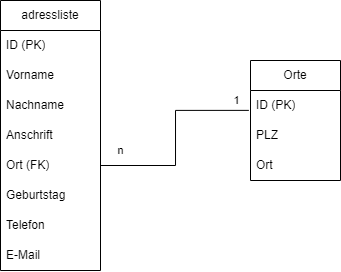
Earlier version of the draw.io export datenbanken/er-modell.png (itsnice2/ap2-uebungen). Source tidied: cells renumbered, new cells last; positions are measured from the earlier drawing's top-left corner, leaving out a move shared by most shapes. Source of this version:
```xml
<mxGraphModel>
  <root>
    <mxCell id="0" />
    <mxCell id="1" parent="0" />
    <mxCell id="2" value="adressliste" style="swimlane;fontStyle=0;horizontal=1;startSize=30;whiteSpace=wrap;html=1;" parent="1" vertex="1">
      <mxGeometry width="100" height="270" as="geometry" />
    </mxCell>
    <mxCell id="3" value="ID (PK)" style="text;strokeColor=none;fillColor=none;align=left;verticalAlign=middle;spacingLeft=4;spacingRight=4;overflow=hidden;points=[[0,0.5],[1,0.5]];portConstraint=eastwest;whiteSpace=wrap;html=1;" parent="2" vertex="1">
      <mxGeometry y="30" width="100" height="30" as="geometry" />
    </mxCell>
    <mxCell id="4" value="Vorname" style="text;strokeColor=none;fillColor=none;align=left;verticalAlign=middle;spacingLeft=4;spacingRight=4;overflow=hidden;points=[[0,0.5],[1,0.5]];portConstraint=eastwest;whiteSpace=wrap;html=1;" parent="2" vertex="1">
      <mxGeometry y="60" width="100" height="30" as="geometry" />
    </mxCell>
    <mxCell id="5" value="Nachname" style="text;strokeColor=none;fillColor=none;align=left;verticalAlign=middle;spacingLeft=4;spacingRight=4;overflow=hidden;whiteSpace=wrap;html=1;" parent="2" vertex="1">
      <mxGeometry y="90" width="100" height="30" as="geometry" />
    </mxCell>
    <mxCell id="6" value="Anschrift" style="text;strokeColor=none;fillColor=none;align=left;verticalAlign=middle;spacingLeft=4;spacingRight=4;overflow=hidden;points=[[0,0.5],[1,0.5]];portConstraint=eastwest;whiteSpace=wrap;html=1;" parent="2" vertex="1">
      <mxGeometry y="120" width="100" height="30" as="geometry" />
    </mxCell>
    <mxCell id="7" value="Ort (FK)" style="text;strokeColor=none;fillColor=none;align=left;verticalAlign=middle;spacingLeft=4;spacingRight=4;overflow=hidden;points=[[0,0.5],[1,0.5]];portConstraint=eastwest;whiteSpace=wrap;html=1;" parent="2" vertex="1">
      <mxGeometry y="150" width="100" height="30" as="geometry" />
    </mxCell>
    <mxCell id="8" value="Geburtstag" style="text;strokeColor=none;fillColor=none;align=left;verticalAlign=middle;spacingLeft=4;spacingRight=4;overflow=hidden;points=[[0,0.5],[1,0.5]];portConstraint=eastwest;whiteSpace=wrap;html=1;" parent="2" vertex="1">
      <mxGeometry y="180" width="100" height="30" as="geometry" />
    </mxCell>
    <mxCell id="9" value="Telefon" style="text;strokeColor=none;fillColor=none;align=left;verticalAlign=middle;spacingLeft=4;spacingRight=4;overflow=hidden;points=[[0,0.5],[1,0.5]];portConstraint=eastwest;whiteSpace=wrap;html=1;" parent="2" vertex="1">
      <mxGeometry y="210" width="100" height="30" as="geometry" />
    </mxCell>
    <mxCell id="10" value="E-Mail" style="text;strokeColor=none;fillColor=none;align=left;verticalAlign=middle;spacingLeft=4;spacingRight=4;overflow=hidden;whiteSpace=wrap;html=1;" parent="2" vertex="1">
      <mxGeometry y="240" width="100" height="30" as="geometry" />
    </mxCell>
    <mxCell id="11" value="Orte" style="swimlane;fontStyle=0;horizontal=1;startSize=30;whiteSpace=wrap;html=1;" parent="1" vertex="1">
      <mxGeometry x="250" y="60" width="90" height="120" as="geometry" />
    </mxCell>
    <mxCell id="12" value="ID (PK)" style="text;strokeColor=none;fillColor=none;align=left;verticalAlign=middle;spacingLeft=4;spacingRight=4;overflow=hidden;points=[[0,0.5],[1,0.5]];portConstraint=eastwest;whiteSpace=wrap;html=1;" parent="11" vertex="1">
      <mxGeometry y="30" width="90" height="30" as="geometry" />
    </mxCell>
    <mxCell id="13" value="PLZ" style="text;strokeColor=none;fillColor=none;align=left;verticalAlign=middle;spacingLeft=4;spacingRight=4;overflow=hidden;points=[[0,0.5],[1,0.5]];portConstraint=eastwest;whiteSpace=wrap;html=1;" parent="11" vertex="1">
      <mxGeometry y="60" width="90" height="30" as="geometry" />
    </mxCell>
    <mxCell id="14" value="Ort" style="text;strokeColor=none;fillColor=none;align=left;verticalAlign=middle;spacingLeft=4;spacingRight=4;overflow=hidden;points=[[0,0.5],[1,0.5]];portConstraint=eastwest;whiteSpace=wrap;html=1;" parent="11" vertex="1">
      <mxGeometry y="90" width="90" height="30" as="geometry" />
    </mxCell>
    <mxCell id="15" style="edgeStyle=orthogonalEdgeStyle;rounded=0;jettySize=auto;html=1;entryX=-0.018;entryY=0.663;entryDx=0;entryDy=0;entryPerimeter=0;endArrow=none;endFill=0;" parent="1" edge="1" source="7" target="12">
      <mxGeometry relative="1" as="geometry" />
    </mxCell>
    <mxCell id="16" value="n" style="edgeLabel;html=1;align=center;verticalAlign=middle;" parent="15" vertex="1">
      <mxGeometry x="-0.8" y="2" relative="1" as="geometry">
        <mxPoint y="-13" as="offset" />
      </mxGeometry>
    </mxCell>
    <mxCell id="17" value="1" style="edgeLabel;html=1;align=center;verticalAlign=middle;" parent="15" vertex="1">
      <mxGeometry x="0.87" relative="1" as="geometry">
        <mxPoint y="-10" as="offset" />
      </mxGeometry>
    </mxCell>
  </root>
</mxGraphModel>
```
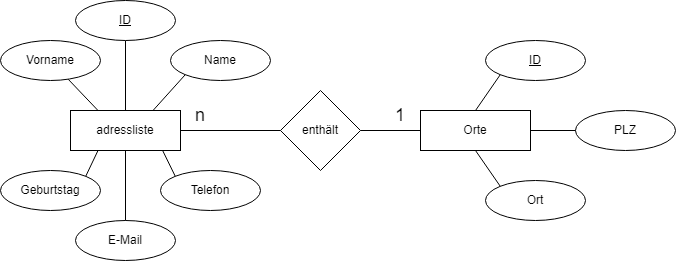
After the change.

Change to the diagram source:
```diff
@@ -2,57 +2,80 @@
   <root>
     <mxCell id="0" />
     <mxCell id="1" parent="0" />
-    <mxCell id="2" value="adressliste" style="swimlane;fontStyle=0;horizontal=1;startSize=30;whiteSpace=wrap;html=1;" parent="1" vertex="1">
-      <mxGeometry width="100" height="270" as="geometry" />
+    <mxCell id="2" value="Orte" style="rounded=0;whiteSpace=wrap;html=1;" parent="1" vertex="1">
+      <mxGeometry x="280" y="-210" width="110" height="40" as="geometry" />
     </mxCell>
-    <mxCell id="3" value="ID (PK)" style="text;strokeColor=none;fillColor=none;align=left;verticalAlign=middle;spacingLeft=4;spacingRight=4;overflow=hidden;points=[[0,0.5],[1,0.5]];portConstraint=eastwest;whiteSpace=wrap;html=1;" parent="2" vertex="1">
-      <mxGeometry y="30" width="100" height="30" as="geometry" />
+    <mxCell id="3" value="adressliste" style="rounded=0;whiteSpace=wrap;html=1;" parent="1" vertex="1">
+      <mxGeometry x="-70" y="-210" width="110" height="40" as="geometry" />
     </mxCell>
-    <mxCell id="4" value="Vorname" style="text;strokeColor=none;fillColor=none;align=left;verticalAlign=middle;spacingLeft=4;spacingRight=4;overflow=hidden;points=[[0,0.5],[1,0.5]];portConstraint=eastwest;whiteSpace=wrap;html=1;" parent="2" vertex="1">
-      <mxGeometry y="60" width="100" height="30" as="geometry" />
+    <mxCell id="4" value="Name" style="ellipse;whiteSpace=wrap;html=1;" parent="1" vertex="1">
+      <mxGeometry x="30" y="-280" width="100" height="40" as="geometry" />
     </mxCell>
-    <mxCell id="5" value="Nachname" style="text;strokeColor=none;fillColor=none;align=left;verticalAlign=middle;spacingLeft=4;spacingRight=4;overflow=hidden;whiteSpace=wrap;html=1;" parent="2" vertex="1">
-      <mxGeometry y="90" width="100" height="30" as="geometry" />
+    <mxCell id="5" style="rounded=0;jettySize=auto;html=1;entryX=0.25;entryY=0;entryDx=0;entryDy=0;endArrow=none;endFill=0;" parent="1" edge="1" source="6" target="3">
+      <mxGeometry relative="1" as="geometry" />
     </mxCell>
-    <mxCell id="6" value="Anschrift" style="text;strokeColor=none;fillColor=none;align=left;verticalAlign=middle;spacingLeft=4;spacingRight=4;overflow=hidden;points=[[0,0.5],[1,0.5]];portConstraint=eastwest;whiteSpace=wrap;html=1;" parent="2" vertex="1">
-      <mxGeometry y="120" width="100" height="30" as="geometry" />
+    <mxCell id="6" value="Vorname" style="ellipse;whiteSpace=wrap;html=1;" parent="1" vertex="1">
+      <mxGeometry x="-140" y="-280" width="100" height="40" as="geometry" />
     </mxCell>
-    <mxCell id="7" value="Ort (FK)" style="text;strokeColor=none;fillColor=none;align=left;verticalAlign=middle;spacingLeft=4;spacingRight=4;overflow=hidden;points=[[0,0.5],[1,0.5]];portConstraint=eastwest;whiteSpace=wrap;html=1;" parent="2" vertex="1">
-      <mxGeometry y="150" width="100" height="30" as="geometry" />
+    <mxCell id="7" value="Geburtstag" style="ellipse;whiteSpace=wrap;html=1;" parent="1" vertex="1">
+      <mxGeometry x="-140" y="-150" width="100" height="40" as="geometry" />
     </mxCell>
-    <mxCell id="8" value="Geburtstag" style="text;strokeColor=none;fillColor=none;align=left;verticalAlign=middle;spacingLeft=4;spacingRight=4;overflow=hidden;points=[[0,0.5],[1,0.5]];portConstraint=eastwest;whiteSpace=wrap;html=1;" parent="2" vertex="1">
-      <mxGeometry y="180" width="100" height="30" as="geometry" />
+    <mxCell id="8" value="Telefon" style="ellipse;whiteSpace=wrap;html=1;" parent="1" vertex="1">
+      <mxGeometry x="20" y="-150" width="100" height="40" as="geometry" />
     </mxCell>
-    <mxCell id="9" value="Telefon" style="text;strokeColor=none;fillColor=none;align=left;verticalAlign=middle;spacingLeft=4;spacingRight=4;overflow=hidden;points=[[0,0.5],[1,0.5]];portConstraint=eastwest;whiteSpace=wrap;html=1;" parent="2" vertex="1">
-      <mxGeometry y="210" width="100" height="30" as="geometry" />
+    <mxCell id="9" value="E-Mail" style="ellipse;whiteSpace=wrap;html=1;" parent="1" vertex="1">
+      <mxGeometry x="-65" y="-100" width="100" height="40" as="geometry" />
     </mxCell>
-    <mxCell id="10" value="E-Mail" style="text;strokeColor=none;fillColor=none;align=left;verticalAlign=middle;spacingLeft=4;spacingRight=4;overflow=hidden;whiteSpace=wrap;html=1;" parent="2" vertex="1">
-      <mxGeometry y="240" width="100" height="30" as="geometry" />
+    <mxCell id="10" style="rounded=0;jettySize=auto;html=1;entryX=0.5;entryY=0;entryDx=0;entryDy=0;endArrow=none;endFill=0;" parent="1" edge="1" source="11" target="3">
+      <mxGeometry relative="1" as="geometry" />
     </mxCell>
-    <mxCell id="11" value="Orte" style="swimlane;fontStyle=0;horizontal=1;startSize=30;whiteSpace=wrap;html=1;" parent="1" vertex="1">
-      <mxGeometry x="250" y="60" width="90" height="120" as="geometry" />
+    <mxCell id="11" value="&lt;u&gt;ID&lt;/u&gt;" style="ellipse;whiteSpace=wrap;html=1;" parent="1" vertex="1">
+      <mxGeometry x="-65" y="-320" width="100" height="40" as="geometry" />
     </mxCell>
-    <mxCell id="12" value="ID (PK)" style="text;strokeColor=none;fillColor=none;align=left;verticalAlign=middle;spacingLeft=4;spacingRight=4;overflow=hidden;points=[[0,0.5],[1,0.5]];portConstraint=eastwest;whiteSpace=wrap;html=1;" parent="11" vertex="1">
-      <mxGeometry y="30" width="90" height="30" as="geometry" />
+    <mxCell id="12" value="&lt;u&gt;ID&lt;/u&gt;" style="ellipse;whiteSpace=wrap;html=1;" parent="1" vertex="1">
+      <mxGeometry x="345" y="-280" width="100" height="40" as="geometry" />
     </mxCell>
-    <mxCell id="13" value="PLZ" style="text;strokeColor=none;fillColor=none;align=left;verticalAlign=middle;spacingLeft=4;spacingRight=4;overflow=hidden;points=[[0,0.5],[1,0.5]];portConstraint=eastwest;whiteSpace=wrap;html=1;" parent="11" vertex="1">
-      <mxGeometry y="60" width="90" height="30" as="geometry" />
+    <mxCell id="13" value="PLZ" style="ellipse;whiteSpace=wrap;html=1;" parent="1" vertex="1">
+      <mxGeometry x="435" y="-210" width="100" height="40" as="geometry" />
     </mxCell>
-    <mxCell id="14" value="Ort" style="text;strokeColor=none;fillColor=none;align=left;verticalAlign=middle;spacingLeft=4;spacingRight=4;overflow=hidden;points=[[0,0.5],[1,0.5]];portConstraint=eastwest;whiteSpace=wrap;html=1;" parent="11" vertex="1">
-      <mxGeometry y="90" width="90" height="30" as="geometry" />
+    <mxCell id="14" value="Ort" style="ellipse;whiteSpace=wrap;html=1;" parent="1" vertex="1">
+      <mxGeometry x="345" y="-140" width="100" height="40" as="geometry" />
     </mxCell>
-    <mxCell id="15" style="edgeStyle=orthogonalEdgeStyle;rounded=0;jettySize=auto;html=1;entryX=-0.018;entryY=0.663;entryDx=0;entryDy=0;entryPerimeter=0;endArrow=none;endFill=0;" parent="1" edge="1" source="7" target="12">
-      <mxGeometry relative="1" as="geometry" />
+    <mxCell id="15" value="enthält" style="rhombus;whiteSpace=wrap;html=1;" parent="1" vertex="1">
+      <mxGeometry x="140" y="-230" width="80" height="80" as="geometry" />
     </mxCell>
-    <mxCell id="16" value="n" style="edgeLabel;html=1;align=center;verticalAlign=middle;" parent="15" vertex="1">
-      <mxGeometry x="-0.8" y="2" relative="1" as="geometry">
-        <mxPoint y="-13" as="offset" />
-      </mxGeometry>
+    <mxCell id="16" style="endArrow=none;html=1;rounded=0;entryX=0;entryY=1;entryDx=0;entryDy=0;exitX=0.75;exitY=0;exitDx=0;exitDy=0;" parent="1" edge="1" source="3" target="4">
+      <mxGeometry relative="1" as="geometry" />
     </mxCell>
-    <mxCell id="17" value="1" style="edgeLabel;html=1;align=center;verticalAlign=middle;" parent="15" vertex="1">
-      <mxGeometry x="0.87" relative="1" as="geometry">
-        <mxPoint y="-10" as="offset" />
-      </mxGeometry>
+    <mxCell id="17" style="endArrow=none;html=1;rounded=0;entryX=0.25;entryY=1;entryDx=0;entryDy=0;exitX=1;exitY=0;exitDx=0;exitDy=0;" parent="1" edge="1" source="7" target="3">
+      <mxGeometry relative="1" as="geometry" />
     </mxCell>
+    <mxCell id="18" style="endArrow=none;html=1;rounded=0;entryX=0.5;entryY=1;entryDx=0;entryDy=0;exitX=0.5;exitY=0;exitDx=0;exitDy=0;" parent="1" edge="1" source="9" target="3">
+      <mxGeometry relative="1" as="geometry" />
+    </mxCell>
+    <mxCell id="19" style="endArrow=none;html=1;rounded=0;exitX=0;exitY=0;exitDx=0;exitDy=0;entryX=0.837;entryY=0.997;entryDx=0;entryDy=0;entryPerimeter=0;" parent="1" edge="1" source="8" target="3">
+      <mxGeometry relative="1" as="geometry" />
+    </mxCell>
+    <mxCell id="20" style="endArrow=none;html=1;rounded=0;exitX=0.5;exitY=1;exitDx=0;exitDy=0;entryX=0;entryY=0;entryDx=0;entryDy=0;" parent="1" edge="1" source="2" target="14">
+      <mxGeometry relative="1" as="geometry" />
+    </mxCell>
+    <mxCell id="21" style="endArrow=none;html=1;rounded=0;entryX=0;entryY=1;entryDx=0;entryDy=0;exitX=0.5;exitY=0;exitDx=0;exitDy=0;" parent="1" edge="1" source="2" target="12">
+      <mxGeometry relative="1" as="geometry" />
+    </mxCell>
+    <mxCell id="22" style="endArrow=none;html=1;rounded=0;entryX=0;entryY=0.5;entryDx=0;entryDy=0;exitX=1;exitY=0.5;exitDx=0;exitDy=0;" parent="1" edge="1" source="2" target="13">
+      <mxGeometry relative="1" as="geometry" />
+    </mxCell>
+    <mxCell id="23" style="endArrow=none;html=1;rounded=0;entryX=0;entryY=0.5;entryDx=0;entryDy=0;exitX=1;exitY=0.5;exitDx=0;exitDy=0;" parent="1" edge="1" source="3" target="15">
+      <mxGeometry relative="1" as="geometry" />
+    </mxCell>
+    <mxCell id="24" style="endArrow=none;html=1;rounded=0;entryX=0;entryY=0.5;entryDx=0;entryDy=0;exitX=1;exitY=0.5;exitDx=0;exitDy=0;" parent="1" edge="1" source="15" target="2">
+      <mxGeometry relative="1" as="geometry" />
+    </mxCell>
+    <mxCell id="25" value="n" style="text;html=1;align=center;verticalAlign=middle;whiteSpace=wrap;rounded=0;fontSize=18;" parent="1" vertex="1">
+      <mxGeometry x="30" y="-220" width="60" height="30" as="geometry" />
+    </mxCell>
+    <mxCell id="26" value="1" style="text;html=1;align=center;verticalAlign=middle;whiteSpace=wrap;rounded=0;fontSize=18;" parent="1" vertex="1">
+      <mxGeometry x="230" y="-220" width="60" height="30" as="geometry" />
+    </mxCell>
   </root>
 </mxGraphModel>
```
